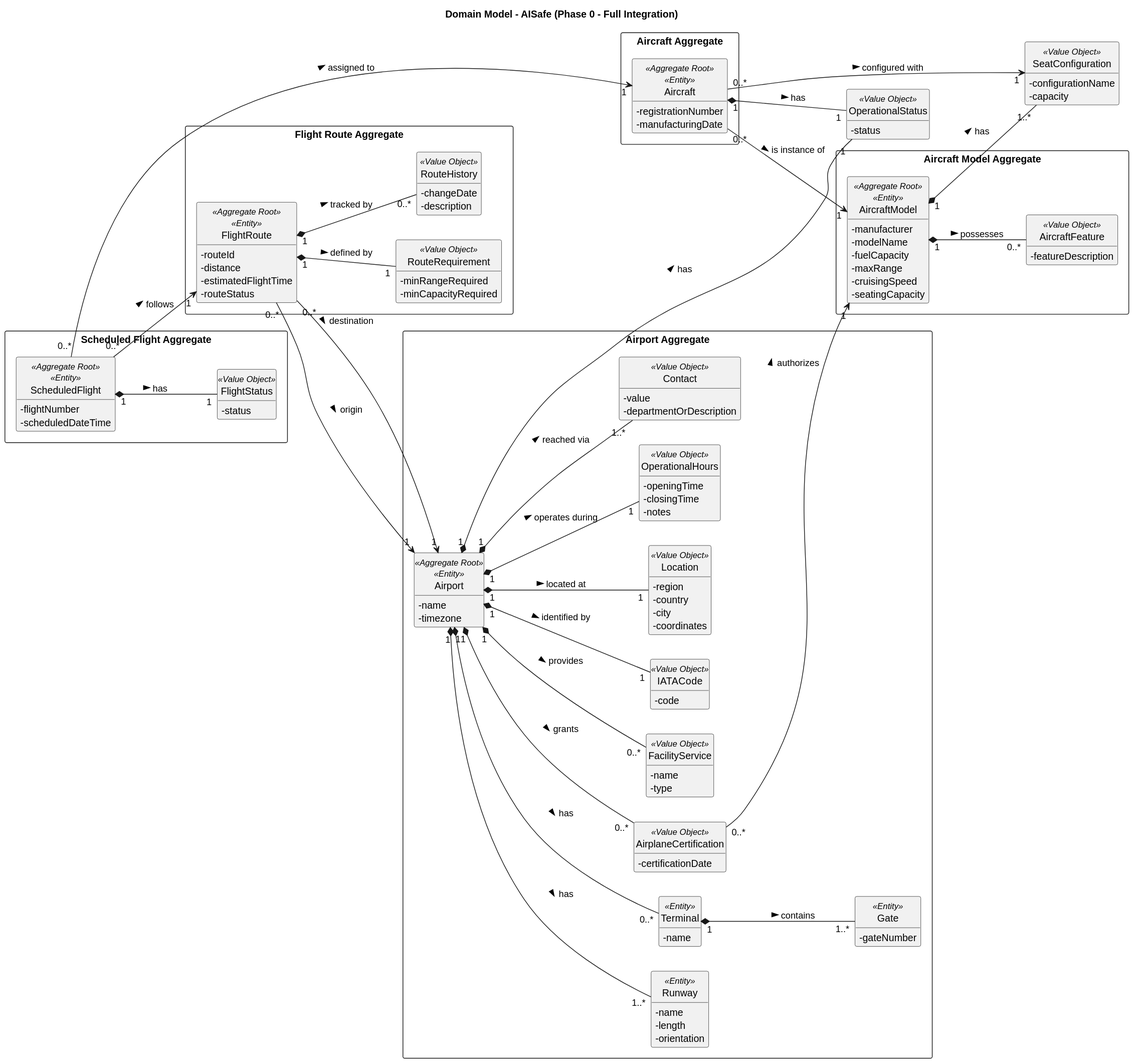
Above: docs/system-documentation/global-artifacts/svg/DM.svg in Andre-1240567/psoft2026_2DB_1240567_1241013_1240624 (PlantUML), before the change.
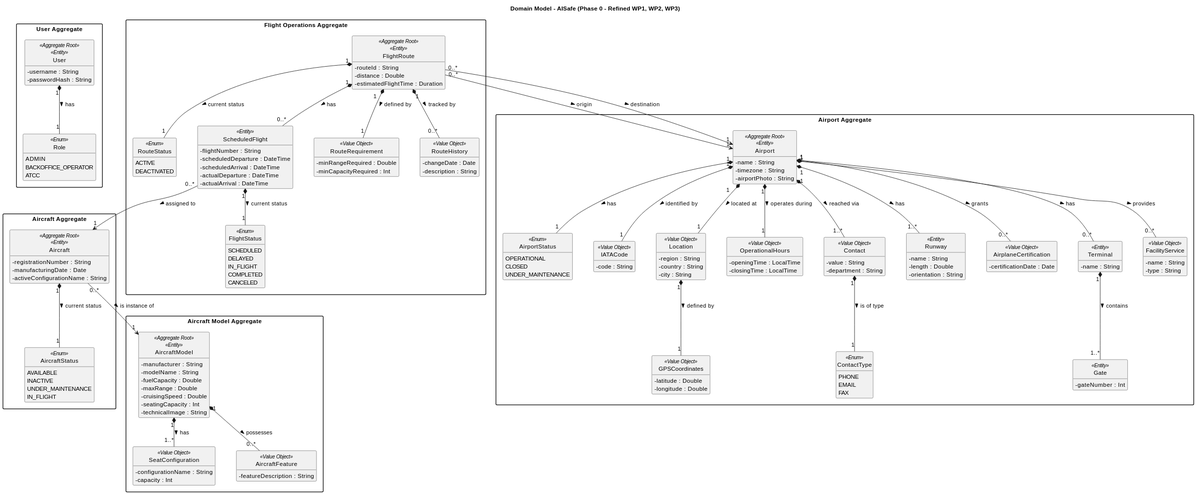
After the commit.

Commit message:
docs: refactor domain model and glossary with teacher feedback

Change to the diagram source:
```diff
@@ -1,154 +1,174 @@
 @startuml
-title Domain Model - AISafe (Phase 0 - Full Integration)
+title Domain Model - AISafe (Phase 0 - Refined WP1, WP2, WP3)
 
 skinparam classAttributeIconSize 0
 hide circle
 hide methods
 
-left to right direction
+skinparam nodesep 50
+skinparam ranksep 50
+skinparam packageStyle rectangle
 
-class OperationalStatus <<Value Object>> {
-    - status
+package "User Aggregate" {
+    enum Role <<Enum>> {
+        ADMIN
+        BACKOFFICE_OPERATOR
+        ATCC
+    }
+    class User <<Aggregate Root>> <<Entity>> {
+        - username : String
+        - passwordHash : String
+    }
+    User "1" *-- "1" Role : has >
 }
 
-class SeatConfiguration <<Value Object>> {
-    - configurationName
-    - capacity
-}
-
-package "Aircraft Model Aggregate" <<Rectangle>> {
+package "Aircraft Model Aggregate" {
     class AircraftModel <<Aggregate Root>> <<Entity>> {
-        - manufacturer
-        - modelName
-        - fuelCapacity
-        - maxRange
-        - cruisingSpeed
-        - seatingCapacity
+        - manufacturer : String
+        - modelName : String
+        - fuelCapacity : Double
+        - maxRange : Double
+        - cruisingSpeed : Double
+        - seatingCapacity : Int
+        - technicalImage : String
     }
-
+    class SeatConfiguration <<Value Object>> {
+        - configurationName : String
+        - capacity : Int
+    }
     class AircraftFeature <<Value Object>> {
-        - featureDescription
+        - featureDescription : String
     }
-
     AircraftModel "1" *-- "1..*" SeatConfiguration : has >
     AircraftModel "1" *-- "0..*" AircraftFeature : possesses >
 }
 
-package "Aircraft Aggregate" <<Rectangle>> {
+package "Aircraft Aggregate" {
+    enum AircraftStatus <<Enum>> {
+        AVAILABLE
+        INACTIVE
+        UNDER_MAINTENANCE
+        IN_FLIGHT
+    }
     class Aircraft <<Aggregate Root>> <<Entity>> {
-        - registrationNumber
-        - manufacturingDate
+        - registrationNumber : String
+        - manufacturingDate : Date
+        - activeConfigurationName : String
     }
-
-    Aircraft "1" *-- "1" OperationalStatus : has >
+    Aircraft "1" *-- "1" AircraftStatus : current status >
 }
 
-package "Airport Aggregate" <<Rectangle>> {
+package "Airport Aggregate" {
+    enum AirportStatus <<Enum>> {
+        OPERATIONAL
+        CLOSED
+        UNDER_MAINTENANCE
+    }
+    enum ContactType <<Enum>> {
+        PHONE
+        EMAIL
+        FAX
+    }
     class Airport <<Aggregate Root>> <<Entity>> {
-        - name
-        - timezone
+        - name : String
+        - timezone : String
+        - airportPhoto : String
     }
-
     class IATACode <<Value Object>> {
-        - code
+        - code : String
     }
-
     class Location <<Value Object>> {
-        - region
-        - country
-        - city
-        - coordinates
+        - region : String
+        - country : String
+        - city : String
     }
-
+    class GPSCoordinates <<Value Object>> {
+        - latitude : Double
+        - longitude : Double
+    }
     class OperationalHours <<Value Object>> {
-        - openingTime
-        - closingTime
-        - notes
+        - openingTime : LocalTime
+        - closingTime : LocalTime
     }
-
     class Contact <<Value Object>> {
-        - type (phone, email, fax, etc.)
-        - value
-        - departmentOrDescription
+        - value : String
+        - department : String
     }
-
     class Runway <<Entity>> {
-        - name
-        - length
-        - orientation
+        - name : String
+        - length : Double
+        - orientation : String
     }
-
     class AirplaneCertification <<Value Object>> {
-        - certificationDate
+        - certificationDate : Date
     }
-
     class Terminal <<Entity>> {
-        - name
+        - name : String
     }
-
     class Gate <<Entity>> {
-        - gateNumber
+        - gateNumber : Int
     }
-
     class FacilityService <<Value Object>> {
-        - name
-        - type
+        - name : String
+        - type : String
     }
 
     Airport "1" *-- "1" IATACode : identified by >
     Airport "1" *-- "1" Location : located at >
+    Location "1" *-- "1" GPSCoordinates : defined by >
     Airport "1" *-- "1" OperationalHours : operates during >
     Airport "1" *-- "1..*" Contact : reached via >
+    Contact "1" *-- "1" ContactType : is of type >
     Airport "1" *-- "1..*" Runway : has >
     Airport "1" *-- "0..*" AirplaneCertification : grants >
-    Airport "1" *-- "1" OperationalStatus : has >
+    Airport "1" *-- "1" AirportStatus : has >
     Airport "1" *-- "0..*" Terminal : has >
     Terminal "1" *-- "1..*" Gate : contains >
     Airport "1" *-- "0..*" FacilityService : provides >
 }
 
-package "Flight Route Aggregate" <<Rectangle>> {
+package "Flight Operations Aggregate" {
+    enum RouteStatus <<Enum>> {
+        ACTIVE
+        DEACTIVATED
+    }
+    enum FlightStatus <<Enum>> {
+        SCHEDULED
+        DELAYED
+        IN_FLIGHT
+        COMPLETED
+        CANCELED
+    }
     class FlightRoute <<Aggregate Root>> <<Entity>> {
-        - routeId
-        - distance
-        - estimatedFlightTime
-        - routeStatus
+        - routeId : String
+        - distance : Double
+        - estimatedFlightTime : Duration
+    }
+    class ScheduledFlight <<Entity>> {
+        - flightNumber : String
+        - scheduledDeparture : DateTime
+        - scheduledArrival : DateTime
+        - actualDeparture : DateTime
+        - actualArrival : DateTime
+    }
+    class RouteRequirement <<Value Object>> {
+        - minRangeRequired : Double
+        - minCapacityRequired : Int
+    }
+    class RouteHistory <<Value Object>> {
+        - changeDate : Date
+        - description : String
     }
 
-    class RouteRequirement <<Value Object>> {
-        - minRangeRequired
-        - minCapacityRequired
-    }
-
-    class RouteHistory <<Value Object>> {
-        - changeDate
-        - description
-    }
-
+    FlightRoute "1" *-- "0..*" ScheduledFlight : has >
     FlightRoute "1" *-- "1" RouteRequirement : defined by >
     FlightRoute "1" *-- "0..*" RouteHistory : tracked by >
-}
-
-package "Scheduled Flight Aggregate" <<Rectangle>> {
-    class ScheduledFlight <<Aggregate Root>> <<Entity>> {
-        - flightNumber
-        - scheduledDateTime
-    }
-
-    class FlightStatus <<Value Object>> {
-        - status
-    }
-
-    ScheduledFlight "1" *-- "1" FlightStatus : has >
+    FlightRoute "1" *-- "1" RouteStatus : current status >
+    ScheduledFlight "1" *-- "1" FlightStatus : current status >
 }
 
 Aircraft "0..*" --> "1" AircraftModel : is instance of >
-Aircraft "0..*" --> "1" SeatConfiguration : configured with >
-AirplaneCertification "0..*" --> "1" AircraftModel : authorizes >
-
-ScheduledFlight "0..*" --> "1" FlightRoute : follows >
 ScheduledFlight "0..*" --> "1" Aircraft : assigned to >
-
 FlightRoute "0..*" --> "1" Airport : origin >
 FlightRoute "0..*" --> "1" Airport : destination >
 @enduml
```
